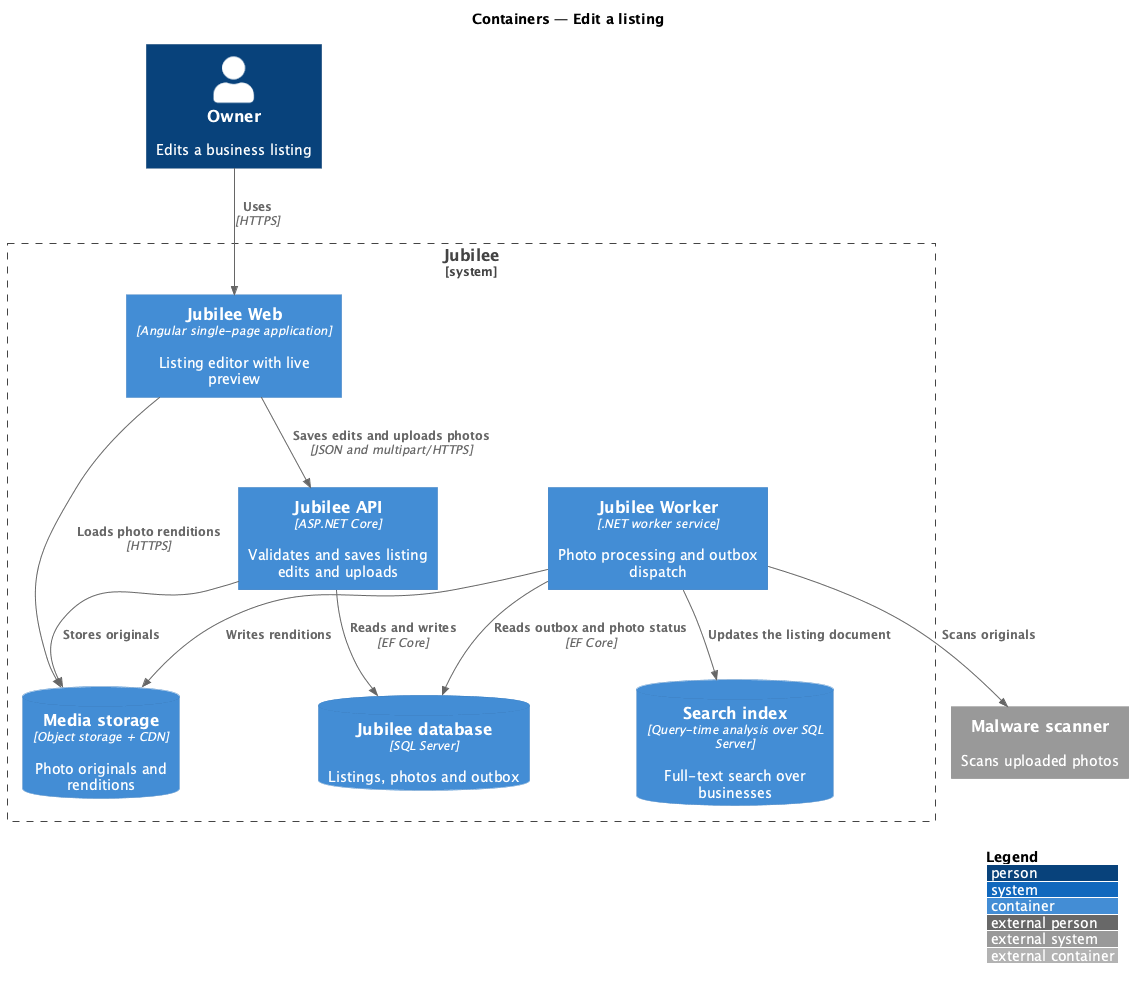
This is docs/detailed-designs/owner-workspace/edit-listing/diagrams/c4-container.png from QuinntyneBrown/jubilee, a PlantUML export, as it was before one commit. The source it was exported from:
```plantuml
@startuml
!include <C4/C4_Container>
LAYOUT_WITH_LEGEND()
title Containers — Edit a listing

Person(owner, "Owner", "Edits a business listing")
System_Boundary(jubilee, "Jubilee") {
  Container(web, "Jubilee Web", "Angular single-page application", "Listing editor with live preview")
  Container(api, "Jubilee API", "ASP.NET Core", "Validates and saves listing edits and uploads")
  Container(worker, "Jubilee Worker", ".NET worker service", "Photo processing and outbox dispatch")
  ContainerDb(db, "Jubilee database", "SQL Server", "Listings, photos and outbox")
  ContainerDb(media, "Media storage", "Object storage + CDN", "Photo originals and renditions")
  ContainerDb(search, "Search index", "Query-time analysis over SQL Server", "Full-text search over businesses")
}
System_Ext(scanner, "Malware scanner", "Scans uploaded photos")

Rel(owner, web, "Uses", "HTTPS")
Rel(web, api, "Saves edits and uploads photos", "JSON and multipart/HTTPS")
Rel(web, media, "Loads photo renditions", "HTTPS")
Rel(api, db, "Reads and writes", "EF Core")
Rel(api, media, "Stores originals")
Rel(worker, db, "Reads outbox and photo status", "EF Core")
Rel(worker, media, "Writes renditions")
Rel(worker, scanner, "Scans originals")
Rel(worker, search, "Updates the listing document")
@enduml
```
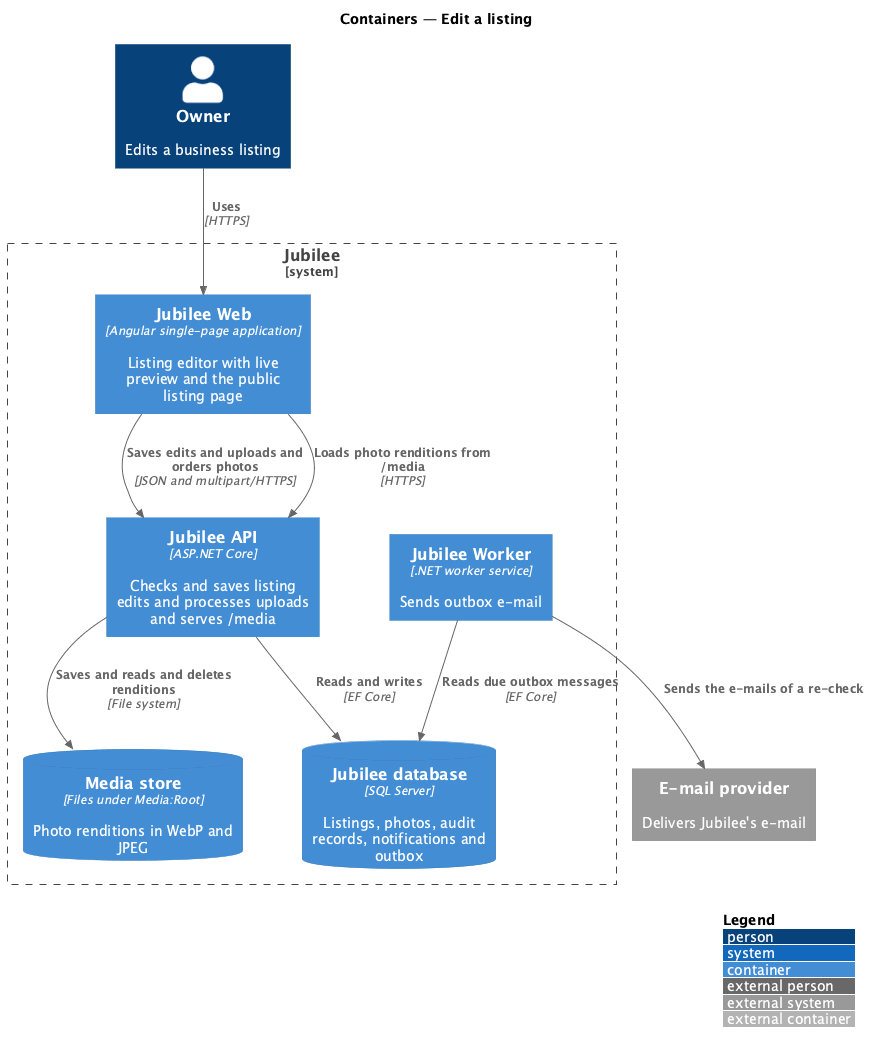
After the commit.

Change to the diagram source:
```diff
@@ -5,22 +5,19 @@
 
 Person(owner, "Owner", "Edits a business listing")
 System_Boundary(jubilee, "Jubilee") {
-  Container(web, "Jubilee Web", "Angular single-page application", "Listing editor with live preview")
-  Container(api, "Jubilee API", "ASP.NET Core", "Validates and saves listing edits and uploads")
-  Container(worker, "Jubilee Worker", ".NET worker service", "Photo processing and outbox dispatch")
-  ContainerDb(db, "Jubilee database", "SQL Server", "Listings, photos and outbox")
-  ContainerDb(media, "Media storage", "Object storage + CDN", "Photo originals and renditions")
-  ContainerDb(search, "Search index", "Query-time analysis over SQL Server", "Full-text search over businesses")
+  Container(web, "Jubilee Web", "Angular single-page application", "Listing editor with live preview and the public listing page")
+  Container(api, "Jubilee API", "ASP.NET Core", "Checks and saves listing edits and processes uploads and serves /media")
+  Container(worker, "Jubilee Worker", ".NET worker service", "Sends outbox e-mail")
+  ContainerDb(db, "Jubilee database", "SQL Server", "Listings, photos, audit records, notifications and outbox")
+  ContainerDb(media, "Media store", "Files under Media:Root", "Photo renditions in WebP and JPEG")
 }
-System_Ext(scanner, "Malware scanner", "Scans uploaded photos")
+System_Ext(email, "E-mail provider", "Delivers Jubilee's e-mail")
 
 Rel(owner, web, "Uses", "HTTPS")
-Rel(web, api, "Saves edits and uploads photos", "JSON and multipart/HTTPS")
-Rel(web, media, "Loads photo renditions", "HTTPS")
+Rel(web, api, "Saves edits and uploads and orders photos", "JSON and multipart/HTTPS")
+Rel(web, api, "Loads photo renditions from /media", "HTTPS")
 Rel(api, db, "Reads and writes", "EF Core")
-Rel(api, media, "Stores originals")
-Rel(worker, db, "Reads outbox and photo status", "EF Core")
-Rel(worker, media, "Writes renditions")
-Rel(worker, scanner, "Scans originals")
-Rel(worker, search, "Updates the listing document")
+Rel(api, media, "Saves and reads and deletes renditions", "File system")
+Rel(worker, db, "Reads due outbox messages", "EF Core")
+Rel(worker, email, "Sends the e-mails of a re-check")
 @enduml
```
